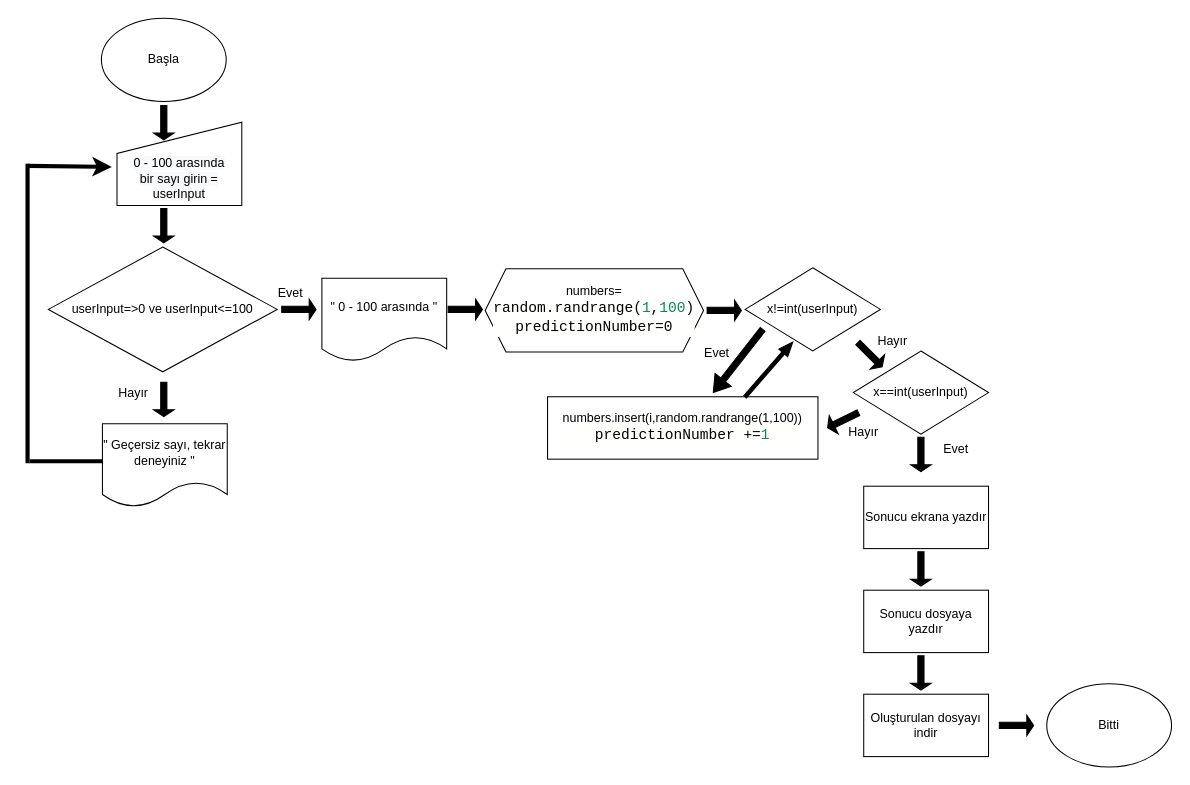
This is Untitled Diagram.drawio from goksaltak/My_Class, a draw.io file, before an edit. Source tidied: cells renumbered, new cells numbered last; positions are measured from the earlier drawing's top-left corner, leaving out a move shared by most shapes. Both pictures are drawn from the tidied source at 104%, with x=0, y=0 at pixel (27, 18).
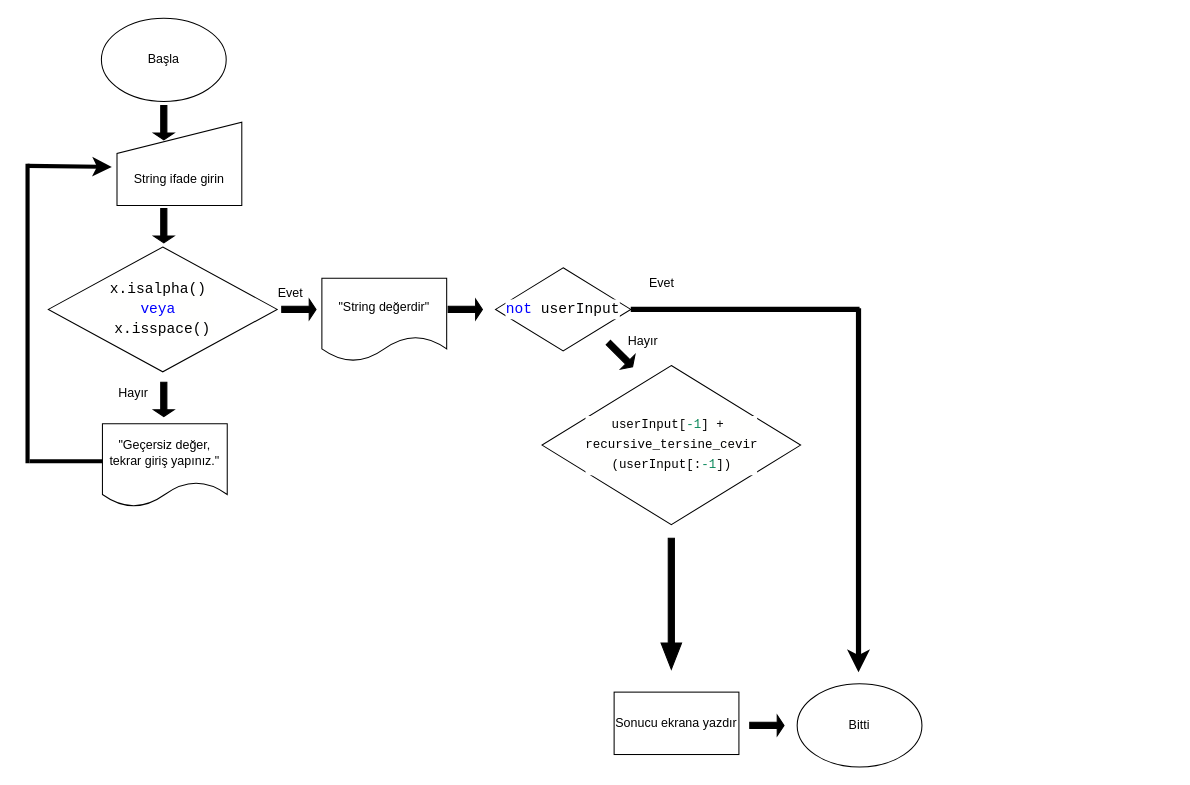
After the change.

The edit, as a diff of the source:
```diff
@@
-    <mxCell id="5" value="userInput=&amp;gt;0 ve userInput&amp;lt;=100" style="rhombus;whiteSpace=wrap;html=1;fillColor=#FFFFFF;" parent="1" vertex="1">
+    <mxCell id="5" value="&lt;div style=&quot;background-color: rgb(255 , 255 , 254) ; font-family: monospace , &amp;#34;consolas&amp;#34; , &amp;#34;courier new&amp;#34; , monospace ; font-size: 14px ; line-height: 19px&quot;&gt;x.isalpha()&amp;nbsp;&lt;/div&gt;&lt;div style=&quot;background-color: rgb(255 , 255 , 254) ; font-family: monospace , &amp;#34;consolas&amp;#34; , &amp;#34;courier new&amp;#34; , monospace ; font-size: 14px ; line-height: 19px&quot;&gt;&lt;font color=&quot;#0000ff&quot;&gt;veya&amp;nbsp;&lt;/font&gt;&lt;/div&gt;&lt;div style=&quot;background-color: rgb(255 , 255 , 254) ; font-family: monospace , &amp;#34;consolas&amp;#34; , &amp;#34;courier new&amp;#34; , monospace ; font-size: 14px ; line-height: 19px&quot;&gt;x.isspace()&lt;/div&gt;" style="rhombus;whiteSpace=wrap;html=1;fillColor=#FFFFFF;" parent="1" vertex="1">
       <mxGeometry x="20" y="220" width="220" height="120" as="geometry" />
     </mxCell>
@@
-    <mxCell id="10" value="&quot; Geçersiz sayı, tekrar deneyiniz &quot;" style="shape=document;whiteSpace=wrap;html=1;boundedLbl=1;fillColor=#FFFFFF;" parent="1" vertex="1">
+    <mxCell id="10" value="&quot;Geçersiz değer, tekrar giriş yapınız.&quot;" style="shape=document;whiteSpace=wrap;html=1;boundedLbl=1;fillColor=#FFFFFF;" parent="1" vertex="1">
       <mxGeometry x="72" y="390" width="120" height="80" as="geometry" />
     </mxCell>
-    <mxCell id="11" value="&quot; 0 - 100 arasında &quot;" style="shape=document;whiteSpace=wrap;html=1;boundedLbl=1;fillColor=#FFFFFF;" parent="1" vertex="1">
+    <mxCell id="11" value="&quot;String değerdir&quot;" style="shape=document;whiteSpace=wrap;html=1;boundedLbl=1;fillColor=#FFFFFF;" parent="1" vertex="1">
       <mxGeometry x="283" y="250" width="120" height="80" as="geometry" />
     </mxCell>
@@
-    <mxCell id="15" value="numbers=&lt;br&gt;&lt;span style=&quot;background-color: rgb(255 , 255 , 254) ; font-family: monospace , &amp;#34;consolas&amp;#34; , &amp;#34;courier new&amp;#34; , monospace ; font-size: 14px&quot;&gt;random.randrange(&lt;/span&gt;&lt;span style=&quot;font-family: monospace , &amp;#34;consolas&amp;#34; , &amp;#34;courier new&amp;#34; , monospace ; font-size: 14px ; color: rgb(9 , 136 , 90)&quot;&gt;1&lt;/span&gt;&lt;span style=&quot;background-color: rgb(255 , 255 , 254) ; font-family: monospace , &amp;#34;consolas&amp;#34; , &amp;#34;courier new&amp;#34; , monospace ; font-size: 14px&quot;&gt;,&lt;/span&gt;&lt;span style=&quot;font-family: monospace , &amp;#34;consolas&amp;#34; , &amp;#34;courier new&amp;#34; , monospace ; font-size: 14px ; color: rgb(9 , 136 , 90)&quot;&gt;100&lt;/span&gt;&lt;span style=&quot;background-color: rgb(255 , 255 , 254) ; font-family: monospace , &amp;#34;consolas&amp;#34; , &amp;#34;courier new&amp;#34; , monospace ; font-size: 14px&quot;&gt;)&lt;br&gt;&lt;/span&gt;&lt;div style=&quot;background-color: rgb(255 , 255 , 254) ; font-family: monospace , &amp;#34;consolas&amp;#34; , &amp;#34;courier new&amp;#34; , monospace ; font-size: 14px ; line-height: 19px&quot;&gt;predictionNumber=0&lt;/div&gt;" style="shape=hexagon;perimeter=hexagonPerimeter2;whiteSpace=wrap;html=1;fixedSize=1;fillColor=#FFFFFF;" parent="1" vertex="1">
-      <mxGeometry x="440" y="241" width="210" height="80" as="geometry" />
-    </mxCell>
@@
-    <mxCell id="17" value="x!=int(userInput)" style="rhombus;whiteSpace=wrap;html=1;fillColor=#FFFFFF;" parent="1" vertex="1">
-      <mxGeometry x="690" y="240" width="130" height="80" as="geometry" />
+    <mxCell id="17" value="&lt;div style=&quot;background-color: rgb(255 , 255 , 254) ; font-family: monospace , &amp;#34;consolas&amp;#34; , &amp;#34;courier new&amp;#34; , monospace ; font-size: 14px ; line-height: 19px&quot;&gt;&lt;span style=&quot;color: #0000ff&quot;&gt;not&lt;/span&gt;&amp;nbsp;userInput&lt;/div&gt;" style="rhombus;whiteSpace=wrap;html=1;fillColor=#FFFFFF;" parent="1" vertex="1">
+      <mxGeometry x="450" y="240" width="130" height="80" as="geometry" />
     </mxCell>
-    <mxCell id="18" style="shape=singleArrow;direction=south;whiteSpace=wrap;html=1;fillColor=#000000;rotation=-90;" parent="1" vertex="1">
-      <mxGeometry x="660" y="264.5" width="19.8" height="33" as="geometry" />
-    </mxCell>
-    <mxCell id="19" value="numbers.insert(i,random.randrange(1,100))&lt;br&gt;&lt;div style=&quot;background-color: rgb(255 , 255 , 254) ; font-family: monospace , &amp;#34;consolas&amp;#34; , &amp;#34;courier new&amp;#34; , monospace ; font-size: 14px ; line-height: 19px&quot;&gt;predictionNumber&amp;nbsp;+=&lt;span style=&quot;color: #09885a&quot;&gt;1&lt;/span&gt;&lt;/div&gt;" style="rounded=0;whiteSpace=wrap;html=1;fillColor=#FFFFFF;" parent="1" vertex="1">
-      <mxGeometry x="500" y="364" width="260" height="60" as="geometry" />
-    </mxCell>
-    <mxCell id="20" value="x==int(userInput)" style="rhombus;whiteSpace=wrap;html=1;fillColor=#FFFFFF;" parent="1" vertex="1">
-      <mxGeometry x="794" y="320" width="130" height="80" as="geometry" />
+    <mxCell id="20" value="&lt;div style=&quot;background-color: rgb(255 , 255 , 254) ; font-family: monospace , &amp;#34;consolas&amp;#34; , &amp;#34;courier new&amp;#34; , monospace ; line-height: 19px&quot;&gt;&lt;font style=&quot;font-size: 12px&quot;&gt;userInput[&lt;span style=&quot;color: rgb(9 , 136 , 90)&quot;&gt;-1&lt;/span&gt;]&amp;nbsp;+&amp;nbsp;&lt;/font&gt;&lt;/div&gt;&lt;div style=&quot;background-color: rgb(255 , 255 , 254) ; font-family: monospace , &amp;#34;consolas&amp;#34; , &amp;#34;courier new&amp;#34; , monospace ; line-height: 19px&quot;&gt;&lt;font style=&quot;font-size: 12px&quot;&gt;recursive_tersine_cevir&lt;/font&gt;&lt;/div&gt;&lt;div style=&quot;background-color: rgb(255 , 255 , 254) ; font-family: monospace , &amp;#34;consolas&amp;#34; , &amp;#34;courier new&amp;#34; , monospace ; line-height: 19px&quot;&gt;&lt;font style=&quot;font-size: 12px&quot;&gt;(userInput[:&lt;span style=&quot;color: rgb(9 , 136 , 90)&quot;&gt;-1&lt;/span&gt;])&lt;/font&gt;&lt;/div&gt;" style="rhombus;whiteSpace=wrap;html=1;fillColor=#FFFFFF;" parent="1" vertex="1">
+      <mxGeometry x="494.7" y="334" width="248.6" height="153" as="geometry" />
     </mxCell>
     <mxCell id="21" style="shape=singleArrow;direction=south;whiteSpace=wrap;html=1;fillColor=#000000;rotation=-45;" parent="1" vertex="1">
-      <mxGeometry x="800.2" y="307" width="19.8" height="33" as="geometry" />
+      <mxGeometry x="560.2" y="307" width="19.8" height="33" as="geometry" />
     </mxCell>
-    <mxCell id="22" value="Evet" style="text;html=1;strokeColor=none;fillColor=none;align=center;verticalAlign=middle;whiteSpace=wrap;rounded=0;" parent="1" vertex="1">
-      <mxGeometry x="633" y="307" width="60" height="30" as="geometry" />
-    </mxCell>
-    <mxCell id="23" style="shape=singleArrow;direction=south;whiteSpace=wrap;html=1;fillColor=#000000;rotation=38;" parent="1" vertex="1">
-      <mxGeometry x="673.2" y="291" width="19.8" height="77.1" as="geometry" />
-    </mxCell>
     <mxCell id="24" value="Hayır" style="text;html=1;strokeColor=none;fillColor=none;align=center;verticalAlign=middle;whiteSpace=wrap;rounded=0;" parent="1" vertex="1">
-      <mxGeometry x="802.1" y="296" width="60" height="30" as="geometry" />
+      <mxGeometry x="562.1" y="296" width="60" height="30" as="geometry" />
     </mxCell>
     <mxCell id="25" value="Bitti" style="ellipse;whiteSpace=wrap;html=1;" parent="1" vertex="1">
-      <mxGeometry x="980" y="640" width="120" height="80" as="geometry" />
+      <mxGeometry x="740" y="640" width="120" height="80" as="geometry" />
     </mxCell>
     <mxCell id="26" style="shape=singleArrow;direction=south;whiteSpace=wrap;html=1;fillColor=#000000;" parent="1" vertex="1">
-      <mxGeometry x="849.1" y="403" width="19.8" height="33" as="geometry" />
+      <mxGeometry x="609.1" y="500" width="19.8" height="126" as="geometry" />
     </mxCell>
-    <mxCell id="27" value="Evet" style="text;html=1;strokeColor=none;fillColor=none;align=center;verticalAlign=middle;whiteSpace=wrap;rounded=0;" parent="1" vertex="1">
-      <mxGeometry x="863" y="400" width="60" height="30" as="geometry" />
-    </mxCell>
-    <mxCell id="28" style="shape=singleArrow;direction=south;whiteSpace=wrap;html=1;fillColor=#000000;rotation=-139;" parent="1" vertex="1">
-      <mxGeometry x="707.2" y="302.7" width="11.3" height="70" as="geometry" />
-    </mxCell>
     <mxCell id="29" value="Sonucu ekrana yazdır" style="rounded=0;whiteSpace=wrap;html=1;fillColor=#FFFFFF;" parent="1" vertex="1">
-      <mxGeometry x="804" y="450" width="120" height="60" as="geometry" />
+      <mxGeometry x="564" y="648" width="120" height="60" as="geometry" />
     </mxCell>
-    <mxCell id="30" value="Sonucu dosyaya yazdır" style="rounded=0;whiteSpace=wrap;html=1;fillColor=#FFFFFF;" parent="1" vertex="1">
-      <mxGeometry x="804" y="550" width="120" height="60" as="geometry" />
-    </mxCell>
-    <mxCell id="31" style="shape=singleArrow;direction=south;whiteSpace=wrap;html=1;fillColor=#000000;" parent="1" vertex="1">
-      <mxGeometry x="849.1" y="513" width="19.8" height="33" as="geometry" />
-    </mxCell>
     <mxCell id="32" style="shape=singleArrow;direction=south;whiteSpace=wrap;html=1;fillColor=#000000;rotation=-90;" parent="1" vertex="1">
-      <mxGeometry x="941" y="663.5" width="19.8" height="33" as="geometry" />
+      <mxGeometry x="701" y="663.5" width="19.8" height="33" as="geometry" />
     </mxCell>
-    <mxCell id="33" value="&lt;br&gt;&lt;br&gt;&lt;span style=&quot;color: rgb(0 , 0 , 0) ; font-family: &amp;#34;helvetica&amp;#34; ; font-size: 12px ; font-style: normal ; font-weight: 400 ; letter-spacing: normal ; text-align: center ; text-indent: 0px ; text-transform: none ; word-spacing: 0px ; background-color: rgb(248 , 249 , 250) ; display: inline ; float: none&quot;&gt;0 - 100 arasında&lt;/span&gt;&lt;br style=&quot;color: rgb(0 , 0 , 0) ; font-family: &amp;#34;helvetica&amp;#34; ; font-size: 12px ; font-style: normal ; font-weight: 400 ; letter-spacing: normal ; text-align: center ; text-indent: 0px ; text-transform: none ; word-spacing: 0px ; background-color: rgb(248 , 249 , 250)&quot;&gt;&lt;span style=&quot;color: rgb(0 , 0 , 0) ; font-family: &amp;#34;helvetica&amp;#34; ; font-size: 12px ; font-style: normal ; font-weight: 400 ; letter-spacing: normal ; text-align: center ; text-indent: 0px ; text-transform: none ; word-spacing: 0px ; background-color: rgb(248 , 249 , 250) ; display: inline ; float: none&quot;&gt;bir sayı girin = userInput&lt;/span&gt;" style="shape=manualInput;whiteSpace=wrap;html=1;fillColor=#FFFFFF;" parent="1" vertex="1">
+    <mxCell id="33" value="&lt;br&gt;&lt;br&gt;&lt;font face=&quot;helvetica&quot;&gt;String ifade girin&lt;/font&gt;" style="shape=manualInput;whiteSpace=wrap;html=1;fillColor=#FFFFFF;" parent="1" vertex="1">
       <mxGeometry x="86" y="100" width="120" height="80" as="geometry" />
     </mxCell>
-    <mxCell id="34" style="shape=singleArrow;direction=south;whiteSpace=wrap;html=1;fillColor=#000000;rotation=64;" parent="1" vertex="1">
-      <mxGeometry x="774.2" y="370" width="19.8" height="33" as="geometry" />
-    </mxCell>
-    <mxCell id="35" value="Hayır" style="text;html=1;strokeColor=none;fillColor=none;align=center;verticalAlign=middle;whiteSpace=wrap;rounded=0;" parent="1" vertex="1">
-      <mxGeometry x="774.2" y="383" width="60" height="30" as="geometry" />
-    </mxCell>
-    <mxCell id="36" value="Oluşturulan dosyayı indir" style="rounded=0;whiteSpace=wrap;html=1;fillColor=#FFFFFF;" parent="1" vertex="1">
-      <mxGeometry x="804" y="650" width="120" height="60" as="geometry" />
-    </mxCell>
-    <mxCell id="37" style="shape=singleArrow;direction=south;whiteSpace=wrap;html=1;fillColor=#000000;" parent="1" vertex="1">
-      <mxGeometry x="849.1" y="613" width="19.8" height="33" as="geometry" />
-    </mxCell>
+    <mxCell id="38" style="endArrow=none;html=1;rounded=0;exitX=1;exitY=0.5;exitDx=0;exitDy=0;strokeWidth=5;" parent="1" edge="1" source="17">
+      <mxGeometry relative="1" as="geometry">
+        <mxPoint x="800" y="280" as="targetPoint" />
+      </mxGeometry>
+    </mxCell>
+    <mxCell id="39" style="endArrow=classic;html=1;rounded=0;strokeWidth=5;" parent="1" edge="1">
+      <mxGeometry relative="1" as="geometry">
+        <mxPoint x="799" y="279" as="sourcePoint" />
+        <mxPoint x="799" y="629" as="targetPoint" />
+      </mxGeometry>
+    </mxCell>
+    <mxCell id="40" value="Evet" style="text;html=1;strokeColor=none;fillColor=none;align=center;verticalAlign=middle;whiteSpace=wrap;rounded=0;" parent="1" vertex="1">
+      <mxGeometry x="580" y="240" width="60" height="30" as="geometry" />
+    </mxCell>
```
